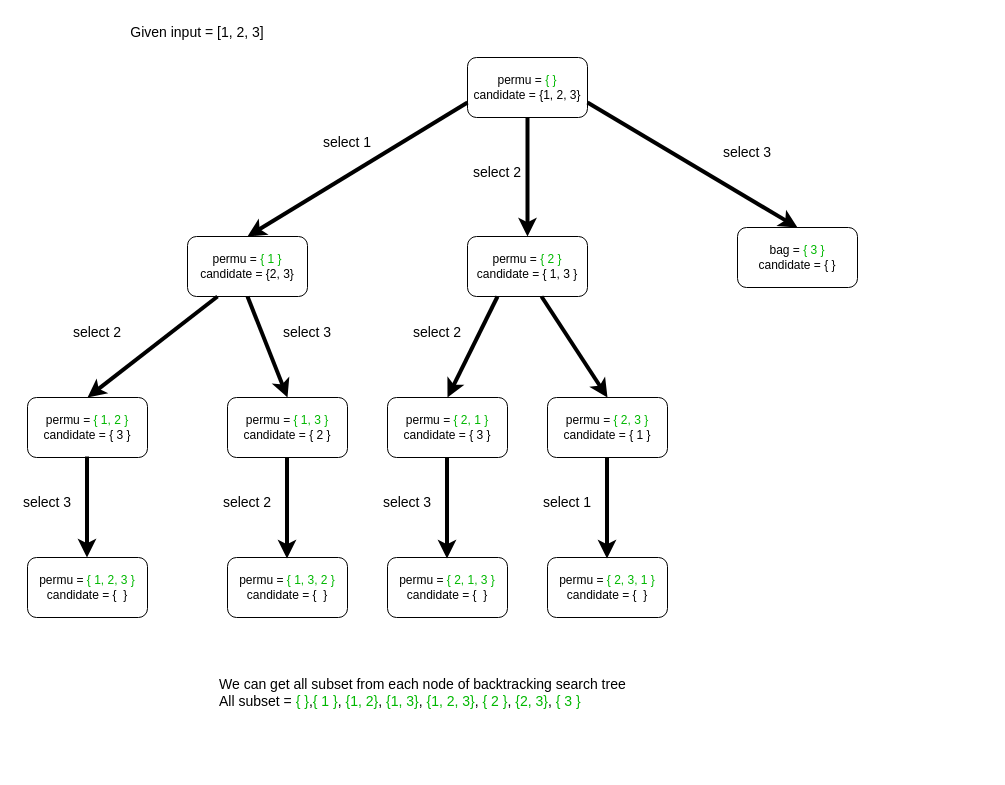
This is Permutation_by_backtracking.drawio from brianchiang-tw/leetcode, a draw.io file, before an edit. Source tidied: cells renumbered, new cells numbered last; positions are measured from the earlier drawing's top-left corner, leaving out a move shared by most shapes. Both pictures are drawn from the tidied source at 100%, with x=0, y=0 at pixel (17, 17).
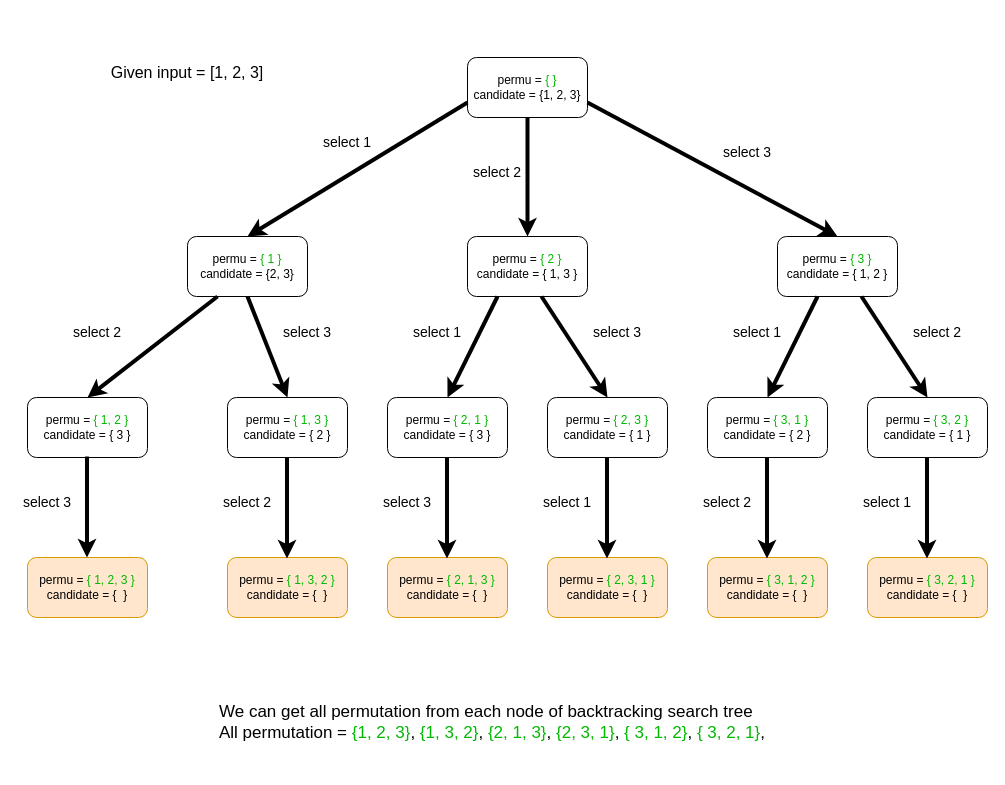
Above is the later version.

Change to the diagram source:
```diff
@@
-    <mxCell id="5" value="bag = &lt;font color=&quot;#00b800&quot;&gt;{ 3 }&lt;/font&gt;&lt;br&gt;candidate = { }" style="rounded=1;whiteSpace=wrap;html=1;" parent="1" vertex="1">
-      <mxGeometry x="720" y="210" width="120" height="60" as="geometry" />
+    <mxCell id="5" value="permu = &lt;font color=&quot;#00b800&quot;&gt;{ 3 }&lt;/font&gt;&lt;br&gt;candidate = { 1, 2 }" style="rounded=1;whiteSpace=wrap;html=1;" parent="1" vertex="1">
+      <mxGeometry x="760" y="219" width="120" height="60" as="geometry" />
     </mxCell>
@@
-    <mxCell id="13" value="&lt;font color=&quot;#000000&quot; style=&quot;font-size: 14px;&quot;&gt;Given input = [1, 2, 3]&lt;/font&gt;" style="text;html=1;strokeColor=none;fillColor=none;align=center;verticalAlign=middle;whiteSpace=wrap;rounded=0;fontColor=#00B800;" parent="1" vertex="1">
-      <mxGeometry x="80" width="200" height="30" as="geometry" />
+    <mxCell id="13" value="&lt;font color=&quot;#000000&quot; style=&quot;font-size: 16px;&quot;&gt;Given input = [1, 2, 3]&lt;/font&gt;" style="text;html=1;strokeColor=none;fillColor=none;align=center;verticalAlign=middle;whiteSpace=wrap;rounded=0;fontColor=#00B800;" parent="1" vertex="1">
+      <mxGeometry x="70" y="40" width="200" height="30" as="geometry" />
     </mxCell>
-    <mxCell id="14" value="&lt;font color=&quot;#000000&quot; style=&quot;font-size: 14px;&quot;&gt;We can get all subset from each node of backtracking search tree&lt;br&gt;All subset = &lt;/font&gt;&lt;font style=&quot;font-size: 14px;&quot;&gt;{ }&lt;/font&gt;&lt;font color=&quot;#000000&quot; style=&quot;font-size: 14px;&quot;&gt;,&lt;/font&gt;&lt;font style=&quot;font-size: 14px;&quot;&gt;{ 1 }&lt;/font&gt;&lt;font color=&quot;#000000&quot; style=&quot;font-size: 14px;&quot;&gt;, &lt;/font&gt;&lt;font style=&quot;font-size: 14px;&quot;&gt;{1, 2}&lt;/font&gt;&lt;font color=&quot;#000000&quot; style=&quot;font-size: 14px;&quot;&gt;, &lt;/font&gt;&lt;font style=&quot;font-size: 14px;&quot;&gt;{1, 3}&lt;/font&gt;&lt;font color=&quot;#000000&quot; style=&quot;font-size: 14px;&quot;&gt;, &lt;/font&gt;&lt;font style=&quot;font-size: 14px;&quot;&gt;{1, 2, 3}&lt;/font&gt;&lt;font color=&quot;#000000&quot; style=&quot;font-size: 14px;&quot;&gt;, &lt;/font&gt;&lt;font style=&quot;font-size: 14px;&quot;&gt;{ 2 }&lt;/font&gt;&lt;font color=&quot;#000000&quot; style=&quot;font-size: 14px;&quot;&gt;, &lt;/font&gt;&lt;font style=&quot;font-size: 14px;&quot;&gt;{2, 3}&lt;/font&gt;&lt;font color=&quot;#000000&quot; style=&quot;font-size: 14px;&quot;&gt;, &lt;/font&gt;&lt;font style=&quot;font-size: 14px;&quot;&gt;{ 3 }&lt;br&gt;&lt;/font&gt;" style="text;html=1;strokeColor=none;fillColor=none;align=left;verticalAlign=middle;whiteSpace=wrap;rounded=0;fontColor=#00B800;" parent="1" vertex="1">
-      <mxGeometry x="200" y="660" width="520" height="30" as="geometry" />
+    <mxCell id="14" value="&lt;font color=&quot;#000000&quot; style=&quot;font-size: 17px;&quot;&gt;We can get all permutation from each node of backtracking search tree&lt;br&gt;All permutation =&amp;nbsp;&lt;/font&gt;&lt;font style=&quot;font-size: 17px;&quot;&gt;&lt;font style=&quot;font-size: 17px;&quot;&gt;{1, 2, 3}&lt;font style=&quot;font-size: 17px;&quot; color=&quot;#000000&quot;&gt;,&amp;nbsp;&lt;/font&gt;{1, 3, 2}&lt;font style=&quot;font-size: 17px;&quot; color=&quot;#000000&quot;&gt;,&amp;nbsp;&lt;/font&gt;{2, 1, 3}&lt;font style=&quot;font-size: 17px;&quot; color=&quot;#000000&quot;&gt;,&amp;nbsp;&lt;/font&gt;{2, 3, 1}&lt;font style=&quot;font-size: 17px;&quot; color=&quot;#000000&quot;&gt;,&amp;nbsp;&lt;/font&gt;{ 3, 1, 2}&lt;font style=&quot;font-size: 17px;&quot; color=&quot;#000000&quot;&gt;,&amp;nbsp;&lt;/font&gt;{ 3, 2, 1}&lt;font style=&quot;font-size: 17px;&quot; color=&quot;#000000&quot;&gt;,&amp;nbsp;&lt;/font&gt;&lt;/font&gt;&lt;br&gt;&lt;/font&gt;" style="text;html=1;strokeColor=none;fillColor=none;align=left;verticalAlign=middle;whiteSpace=wrap;rounded=0;fontColor=#00B800;" parent="1" vertex="1">
+      <mxGeometry x="200" y="660" width="560" height="90" as="geometry" />
     </mxCell>
@@
-    <mxCell id="22" value="select 2" style="text;html=1;strokeColor=none;fillColor=none;align=center;verticalAlign=middle;whiteSpace=wrap;rounded=0;fontSize=14;fontColor=#000000;" parent="1" vertex="1">
+    <mxCell id="22" value="select 1" style="text;html=1;strokeColor=none;fillColor=none;align=center;verticalAlign=middle;whiteSpace=wrap;rounded=0;fontSize=14;fontColor=#000000;" parent="1" vertex="1">
       <mxGeometry x="390" y="300" width="60" height="30" as="geometry" />
     </mxCell>
-    <mxCell id="23" value="permu&amp;nbsp;= &lt;font color=&quot;#00b800&quot;&gt;{ 1, 2, 3 }&lt;/font&gt;&lt;br&gt;candidate = {&amp;nbsp; }" style="rounded=1;whiteSpace=wrap;html=1;" parent="1" vertex="1">
+    <mxCell id="23" value="permu&amp;nbsp;= &lt;font color=&quot;#00b800&quot;&gt;{ 1, 2, 3 }&lt;/font&gt;&lt;br&gt;candidate = {&amp;nbsp; }" style="rounded=1;whiteSpace=wrap;html=1;fillColor=#ffe6cc;strokeColor=#d79b00;" parent="1" vertex="1">
       <mxGeometry x="10" y="540" width="120" height="60" as="geometry" />
     </mxCell>
-    <mxCell id="24" value="permu&amp;nbsp;= &lt;font color=&quot;#00b800&quot;&gt;{ 1, 3, 2 }&lt;/font&gt;&lt;br&gt;candidate = {&amp;nbsp; }" style="rounded=1;whiteSpace=wrap;html=1;" parent="1" vertex="1">
+    <mxCell id="24" value="permu&amp;nbsp;= &lt;font color=&quot;#00b800&quot;&gt;{ 1, 3, 2 }&lt;/font&gt;&lt;br&gt;candidate = {&amp;nbsp; }" style="rounded=1;whiteSpace=wrap;html=1;fillColor=#ffe6cc;strokeColor=#d79b00;" parent="1" vertex="1">
       <mxGeometry x="210" y="540" width="120" height="60" as="geometry" />
     </mxCell>
@@
-    <mxCell id="28" value="permu&amp;nbsp;= &lt;font color=&quot;#00b800&quot;&gt;{ 2, 1, 3 }&lt;/font&gt;&lt;br&gt;candidate = {&amp;nbsp; }" style="rounded=1;whiteSpace=wrap;html=1;" parent="1" vertex="1">
+    <mxCell id="28" value="permu&amp;nbsp;= &lt;font color=&quot;#00b800&quot;&gt;{ 2, 1, 3 }&lt;/font&gt;&lt;br&gt;candidate = {&amp;nbsp; }" style="rounded=1;whiteSpace=wrap;html=1;fillColor=#ffe6cc;strokeColor=#d79b00;" parent="1" vertex="1">
       <mxGeometry x="370" y="540" width="120" height="60" as="geometry" />
     </mxCell>
@@
-    <mxCell id="33" value="permu&amp;nbsp;= &lt;font color=&quot;#00b800&quot;&gt;{ 2, 3, 1 }&lt;/font&gt;&lt;br&gt;candidate = {&amp;nbsp; }" style="rounded=1;whiteSpace=wrap;html=1;" parent="1" vertex="1">
+    <mxCell id="33" value="permu&amp;nbsp;= &lt;font color=&quot;#00b800&quot;&gt;{ 2, 3, 1 }&lt;/font&gt;&lt;br&gt;candidate = {&amp;nbsp; }" style="rounded=1;whiteSpace=wrap;html=1;fillColor=#ffe6cc;strokeColor=#d79b00;" parent="1" vertex="1">
       <mxGeometry x="530" y="540" width="120" height="60" as="geometry" />
     </mxCell>
@@
+    <mxCell id="37" value="select 3" style="text;html=1;strokeColor=none;fillColor=none;align=center;verticalAlign=middle;whiteSpace=wrap;rounded=0;fontSize=14;fontColor=#000000;" parent="1" vertex="1">
+      <mxGeometry x="570" y="300" width="60" height="30" as="geometry" />
+    </mxCell>
+    <mxCell id="38" value="permu = &lt;font color=&quot;#00b800&quot;&gt;{ 3, 1 }&lt;/font&gt;&lt;br&gt;candidate = { 2 }" style="rounded=1;whiteSpace=wrap;html=1;" parent="1" vertex="1">
+      <mxGeometry x="690" y="380" width="120" height="60" as="geometry" />
+    </mxCell>
+    <mxCell id="39" style="endArrow=classic;html=1;rounded=0;strokeWidth=4;entryX=0.5;entryY=0;entryDx=0;entryDy=0;exitX=0.25;exitY=1;exitDx=0;exitDy=0;" parent="1" edge="1" target="38">
+      <mxGeometry relative="1" as="geometry">
+        <mxPoint x="800" y="279" as="sourcePoint" />
+      </mxGeometry>
+    </mxCell>
+    <mxCell id="40" value="select 1" style="text;html=1;strokeColor=none;fillColor=none;align=center;verticalAlign=middle;whiteSpace=wrap;rounded=0;fontSize=14;fontColor=#000000;" parent="1" vertex="1">
+      <mxGeometry x="710" y="300" width="60" height="30" as="geometry" />
+    </mxCell>
+    <mxCell id="41" value="permu = &lt;font color=&quot;#00b800&quot;&gt;{ 3, 2 }&lt;/font&gt;&lt;br&gt;candidate = { 1 }" style="rounded=1;whiteSpace=wrap;html=1;" parent="1" vertex="1">
+      <mxGeometry x="850" y="380" width="120" height="60" as="geometry" />
+    </mxCell>
+    <mxCell id="42" value="permu&amp;nbsp;= &lt;font color=&quot;#00b800&quot;&gt;{ 3, 1, 2 }&lt;/font&gt;&lt;br&gt;candidate = {&amp;nbsp; }" style="rounded=1;whiteSpace=wrap;html=1;fillColor=#ffe6cc;strokeColor=#d79b00;" parent="1" vertex="1">
+      <mxGeometry x="690" y="540" width="120" height="60" as="geometry" />
+    </mxCell>
+    <mxCell id="43" style="endArrow=classic;html=1;rounded=0;strokeWidth=4;entryX=0.5;entryY=0;entryDx=0;entryDy=0;exitX=0.5;exitY=1;exitDx=0;exitDy=0;" parent="1" edge="1">
+      <mxGeometry relative="1" as="geometry">
+        <mxPoint x="749.5" y="440" as="sourcePoint" />
+        <mxPoint x="749.5" y="541" as="targetPoint" />
+      </mxGeometry>
+    </mxCell>
+    <mxCell id="44" value="select 2" style="text;html=1;strokeColor=none;fillColor=none;align=center;verticalAlign=middle;whiteSpace=wrap;rounded=0;fontSize=14;fontColor=#000000;" parent="1" vertex="1">
+      <mxGeometry x="680" y="470" width="60" height="30" as="geometry" />
+    </mxCell>
+    <mxCell id="45" value="permu&amp;nbsp;= &lt;font color=&quot;#00b800&quot;&gt;{ 3, 2, 1 }&lt;/font&gt;&lt;br&gt;candidate = {&amp;nbsp; }" style="rounded=1;whiteSpace=wrap;html=1;fillColor=#ffe6cc;strokeColor=#d79b00;" parent="1" vertex="1">
+      <mxGeometry x="850" y="540" width="120" height="60" as="geometry" />
+    </mxCell>
+    <mxCell id="46" style="endArrow=classic;html=1;rounded=0;strokeWidth=4;entryX=0.5;entryY=0;entryDx=0;entryDy=0;exitX=0.5;exitY=1;exitDx=0;exitDy=0;" parent="1" edge="1">
+      <mxGeometry relative="1" as="geometry">
+        <mxPoint x="909.5" y="440" as="sourcePoint" />
+        <mxPoint x="909.5" y="541" as="targetPoint" />
+      </mxGeometry>
+    </mxCell>
+    <mxCell id="47" value="select 1" style="text;html=1;strokeColor=none;fillColor=none;align=center;verticalAlign=middle;whiteSpace=wrap;rounded=0;fontSize=14;fontColor=#000000;" parent="1" vertex="1">
+      <mxGeometry x="840" y="470" width="60" height="30" as="geometry" />
+    </mxCell>
+    <mxCell id="48" style="endArrow=classic;html=1;rounded=0;strokeWidth=4;entryX=0.5;entryY=0;entryDx=0;entryDy=0;exitX=0.5;exitY=1;exitDx=0;exitDy=0;" parent="1" edge="1" target="41">
+      <mxGeometry relative="1" as="geometry">
+        <mxPoint x="844" y="279" as="sourcePoint" />
+      </mxGeometry>
+    </mxCell>
+    <mxCell id="49" value="select 2" style="text;html=1;strokeColor=none;fillColor=none;align=center;verticalAlign=middle;whiteSpace=wrap;rounded=0;fontSize=14;fontColor=#000000;" parent="1" vertex="1">
+      <mxGeometry x="890" y="300" width="60" height="30" as="geometry" />
+    </mxCell>
```
